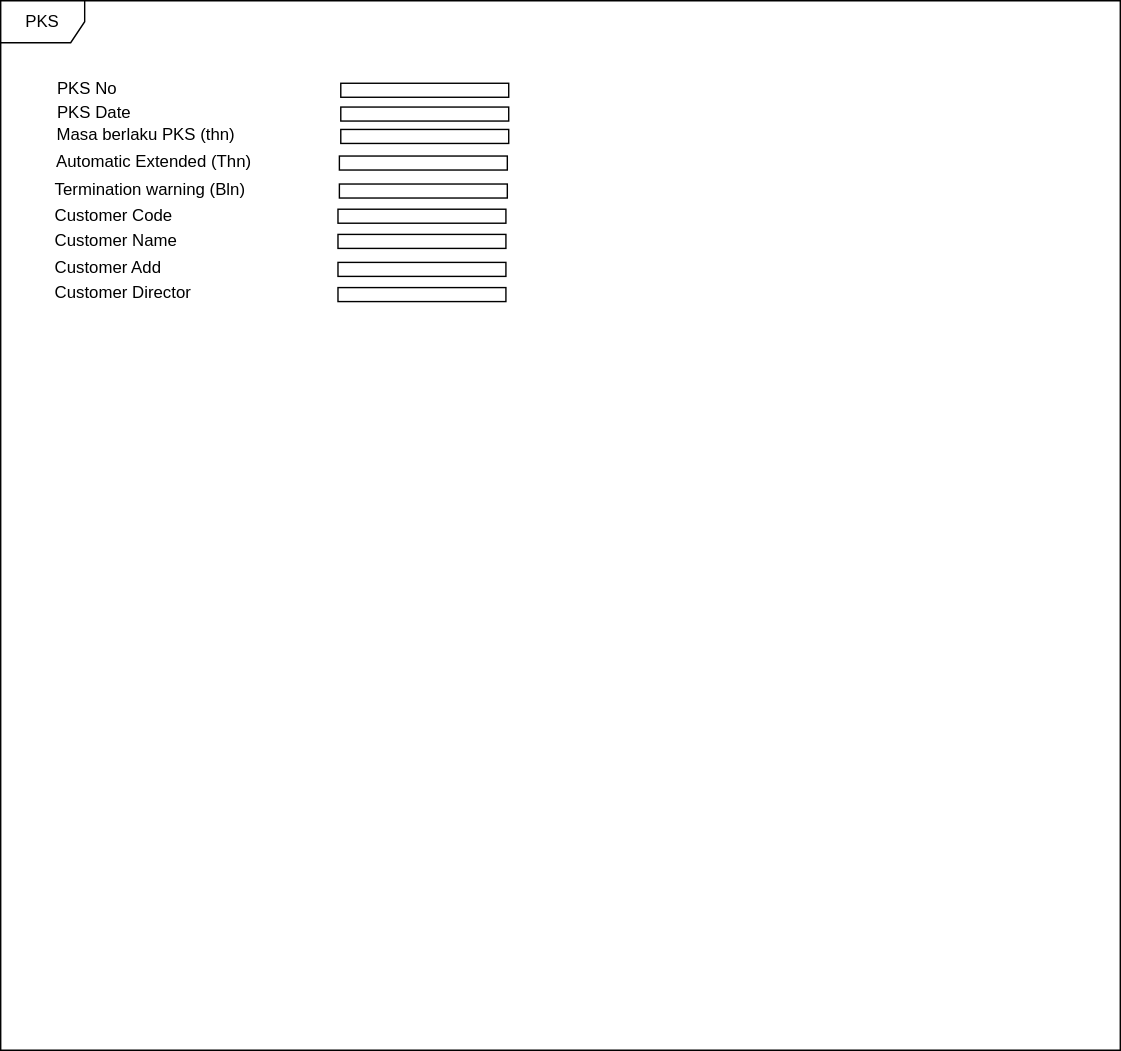
riduan-risandi/inno_collection_diagram keeps this draw.io diagram as pattern/FSD.svg. Above is the earlier version. Source tidied: cells renumbered, new cells last; positions are measured from the earlier drawing's top-left corner, leaving out a move shared by most shapes. The source it was exported from:
```xml
<mxGraphModel>
  <root>
    <mxCell id="0" />
    <mxCell id="1" parent="0" />
    <mxCell id="2" value="PKS" style="shape=umlFrame;whiteSpace=wrap;html=1;" parent="1" vertex="1">
      <mxGeometry width="800" height="750" as="geometry" />
    </mxCell>
    <mxCell id="3" value="PKS No" style="text;html=1;strokeColor=none;fillColor=none;align=center;verticalAlign=middle;whiteSpace=wrap;rounded=0;" parent="1" vertex="1">
      <mxGeometry x="32" y="57" width="60" height="12" as="geometry" />
    </mxCell>
    <mxCell id="4" style="rounded=0;whiteSpace=wrap;html=1;" parent="1" vertex="1">
      <mxGeometry x="243" y="59" width="120" height="10" as="geometry" />
    </mxCell>
    <mxCell id="5" value="PKS Date" style="text;html=1;strokeColor=none;fillColor=none;align=center;verticalAlign=middle;whiteSpace=wrap;rounded=0;" parent="1" vertex="1">
      <mxGeometry x="37" y="74" width="60" height="12" as="geometry" />
    </mxCell>
    <mxCell id="6" style="rounded=0;whiteSpace=wrap;html=1;" parent="1" vertex="1">
      <mxGeometry x="243" y="76" width="120" height="10" as="geometry" />
    </mxCell>
    <mxCell id="7" value="Masa berlaku PKS (thn)" style="text;html=1;strokeColor=none;fillColor=none;align=center;verticalAlign=middle;whiteSpace=wrap;rounded=0;" parent="1" vertex="1">
      <mxGeometry x="35" y="90" width="138" height="12" as="geometry" />
    </mxCell>
    <mxCell id="8" style="rounded=0;whiteSpace=wrap;html=1;" parent="1" vertex="1">
      <mxGeometry x="243" y="92" width="120" height="10" as="geometry" />
    </mxCell>
    <mxCell id="9" value="&lt;table align=&quot;left&quot;&gt;&lt;tbody&gt;&lt;tr&gt;&lt;td valign=&quot;top&quot;&gt;&lt;p&gt;Automatic Extended (Thn)&lt;/p&gt;&lt;/td&gt;&lt;/tr&gt;&lt;/tbody&gt;&lt;/table&gt;" style="text;html=1;strokeColor=none;fillColor=none;align=left;verticalAlign=middle;whiteSpace=wrap;rounded=0;" parent="1" vertex="1">
      <mxGeometry x="35" y="109" width="189" height="12" as="geometry" />
    </mxCell>
    <mxCell id="10" style="rounded=0;whiteSpace=wrap;html=1;" parent="1" vertex="1">
      <mxGeometry x="242" y="111" width="120" height="10" as="geometry" />
    </mxCell>
    <mxCell id="11" value="&lt;table align=&quot;left&quot;&gt;&lt;tbody&gt;&lt;tr&gt;&lt;td valign=&quot;top&quot;&gt;&lt;p&gt;Termination warning (Bln)&lt;/p&gt;&lt;/td&gt;&lt;/tr&gt;&lt;/tbody&gt;&lt;/table&gt;" style="text;html=1;strokeColor=none;fillColor=none;align=left;verticalAlign=middle;whiteSpace=wrap;rounded=0;" parent="1" vertex="1">
      <mxGeometry x="34" y="129" width="199" height="12" as="geometry" />
    </mxCell>
    <mxCell id="12" style="rounded=0;whiteSpace=wrap;html=1;" parent="1" vertex="1">
      <mxGeometry x="242" y="131" width="120" height="10" as="geometry" />
    </mxCell>
    <mxCell id="13" style="rounded=0;whiteSpace=wrap;html=1;" parent="1" vertex="1">
      <mxGeometry x="241" y="149" width="120" height="10" as="geometry" />
    </mxCell>
    <mxCell id="14" style="rounded=0;whiteSpace=wrap;html=1;" parent="1" vertex="1">
      <mxGeometry x="241" y="167" width="120" height="10" as="geometry" />
    </mxCell>
    <mxCell id="15" style="rounded=0;whiteSpace=wrap;html=1;" parent="1" vertex="1">
      <mxGeometry x="241" y="187" width="120" height="10" as="geometry" />
    </mxCell>
    <mxCell id="16" style="rounded=0;whiteSpace=wrap;html=1;" parent="1" vertex="1">
      <mxGeometry x="241" y="205" width="120" height="10" as="geometry" />
    </mxCell>
    <mxCell id="17" value="Customer Code" style="text;html=1;strokeColor=none;fillColor=none;align=left;verticalAlign=middle;whiteSpace=wrap;rounded=0;" parent="1" vertex="1">
      <mxGeometry x="37" y="148" width="199" height="12" as="geometry" />
    </mxCell>
    <mxCell id="18" value="Customer Name" style="text;html=1;strokeColor=none;fillColor=none;align=left;verticalAlign=middle;whiteSpace=wrap;rounded=0;" parent="1" vertex="1">
      <mxGeometry x="37" y="166" width="199" height="12" as="geometry" />
    </mxCell>
    <mxCell id="19" value="Customer Add" style="text;html=1;strokeColor=none;fillColor=none;align=left;verticalAlign=middle;whiteSpace=wrap;rounded=0;" parent="1" vertex="1">
      <mxGeometry x="37" y="185" width="199" height="12" as="geometry" />
    </mxCell>
    <mxCell id="20" value="&lt;table&gt;&lt;tbody&gt;&lt;tr&gt;&lt;td valign=&quot;top&quot;&gt;&lt;p&gt;Customer Director&lt;/p&gt;&lt;/td&gt;&lt;/tr&gt;&lt;/tbody&gt;&lt;/table&gt;" style="text;html=1;strokeColor=none;fillColor=none;align=left;verticalAlign=middle;whiteSpace=wrap;rounded=0;" parent="1" vertex="1">
      <mxGeometry x="34" y="203" width="199" height="12" as="geometry" />
    </mxCell>
  </root>
</mxGraphModel>
```
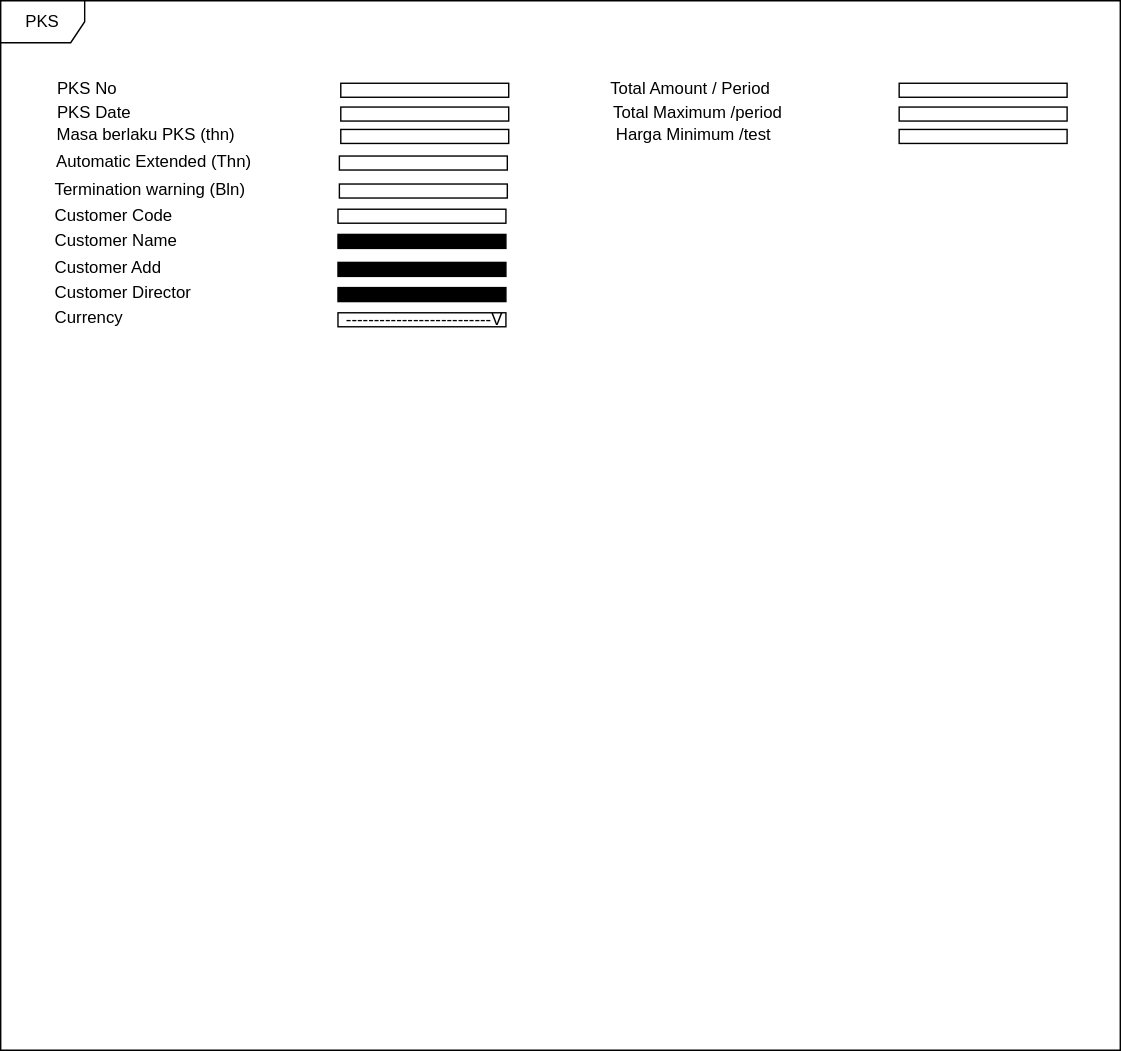
After the commit.

The edit, as a diff of the source:
```diff
@@ -38,13 +38,13 @@
     <mxCell id="13" style="rounded=0;whiteSpace=wrap;html=1;" parent="1" vertex="1">
       <mxGeometry x="241" y="149" width="120" height="10" as="geometry" />
     </mxCell>
-    <mxCell id="14" style="rounded=0;whiteSpace=wrap;html=1;" parent="1" vertex="1">
+    <mxCell id="14" style="rounded=0;whiteSpace=wrap;html=1;fillColor=#000000;" parent="1" vertex="1">
       <mxGeometry x="241" y="167" width="120" height="10" as="geometry" />
     </mxCell>
-    <mxCell id="15" style="rounded=0;whiteSpace=wrap;html=1;" parent="1" vertex="1">
+    <mxCell id="15" style="rounded=0;whiteSpace=wrap;html=1;fillColor=#000000;" parent="1" vertex="1">
       <mxGeometry x="241" y="187" width="120" height="10" as="geometry" />
     </mxCell>
-    <mxCell id="16" style="rounded=0;whiteSpace=wrap;html=1;" parent="1" vertex="1">
+    <mxCell id="16" style="rounded=0;whiteSpace=wrap;html=1;fillColor=#000000;" parent="1" vertex="1">
       <mxGeometry x="241" y="205" width="120" height="10" as="geometry" />
     </mxCell>
     <mxCell id="17" value="Customer Code" style="text;html=1;strokeColor=none;fillColor=none;align=left;verticalAlign=middle;whiteSpace=wrap;rounded=0;" parent="1" vertex="1">
@@ -59,5 +59,29 @@
     <mxCell id="20" value="&lt;table&gt;&lt;tbody&gt;&lt;tr&gt;&lt;td valign=&quot;top&quot;&gt;&lt;p&gt;Customer Director&lt;/p&gt;&lt;/td&gt;&lt;/tr&gt;&lt;/tbody&gt;&lt;/table&gt;" style="text;html=1;strokeColor=none;fillColor=none;align=left;verticalAlign=middle;whiteSpace=wrap;rounded=0;" parent="1" vertex="1">
       <mxGeometry x="34" y="203" width="199" height="12" as="geometry" />
     </mxCell>
+    <mxCell id="21" value="Currency" style="text;html=1;strokeColor=none;fillColor=none;align=left;verticalAlign=middle;whiteSpace=wrap;rounded=0;" parent="1" vertex="1">
+      <mxGeometry x="37" y="221" width="199" height="12" as="geometry" />
+    </mxCell>
+    <mxCell id="22" value="--------------------------V" style="rounded=0;whiteSpace=wrap;html=1;align=right;" parent="1" vertex="1">
+      <mxGeometry x="241" y="223" width="120" height="10" as="geometry" />
+    </mxCell>
+    <mxCell id="23" value="Total Amount / Period" style="text;html=1;strokeColor=none;fillColor=none;align=left;verticalAlign=middle;whiteSpace=wrap;rounded=0;" parent="1" vertex="1">
+      <mxGeometry x="434" y="57" width="200" height="12" as="geometry" />
+    </mxCell>
+    <mxCell id="24" style="rounded=0;whiteSpace=wrap;html=1;" parent="1" vertex="1">
+      <mxGeometry x="642" y="59" width="120" height="10" as="geometry" />
+    </mxCell>
+    <mxCell id="25" value="Total Maximum /period" style="text;html=1;strokeColor=none;fillColor=none;align=left;verticalAlign=middle;whiteSpace=wrap;rounded=0;" parent="1" vertex="1">
+      <mxGeometry x="436" y="74" width="195" height="12" as="geometry" />
+    </mxCell>
+    <mxCell id="26" style="rounded=0;whiteSpace=wrap;html=1;" parent="1" vertex="1">
+      <mxGeometry x="642" y="76" width="120" height="10" as="geometry" />
+    </mxCell>
+    <mxCell id="27" value="Harga Minimum /test" style="text;html=1;strokeColor=none;fillColor=none;align=left;verticalAlign=middle;whiteSpace=wrap;rounded=0;" parent="1" vertex="1">
+      <mxGeometry x="438" y="90" width="138" height="12" as="geometry" />
+    </mxCell>
+    <mxCell id="28" style="rounded=0;whiteSpace=wrap;html=1;" parent="1" vertex="1">
+      <mxGeometry x="642" y="92" width="120" height="10" as="geometry" />
+    </mxCell>
   </root>
 </mxGraphModel>
```
